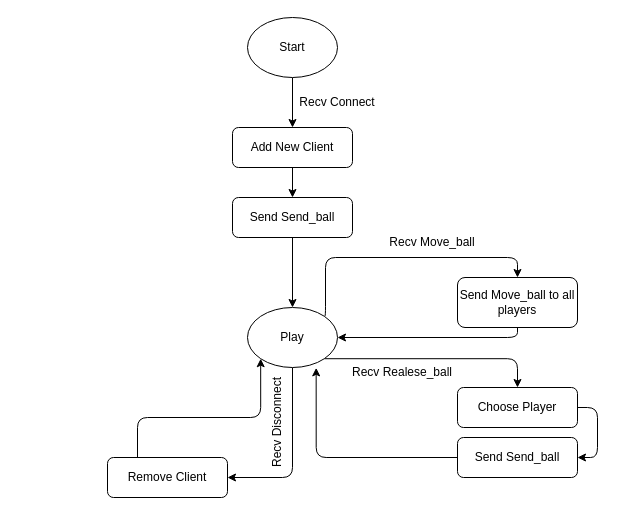
Before: server-relay-pong.drawio in diogojpa99/PSis_Project, a draw.io diagram. Source tidied: cells renumbered, new cells numbered last; positions are measured from the earlier drawing's top-left corner, leaving out a move shared by most shapes. Both pictures are drawn from the tidied source at 100%, with x=0, y=0 at pixel (107, 17).
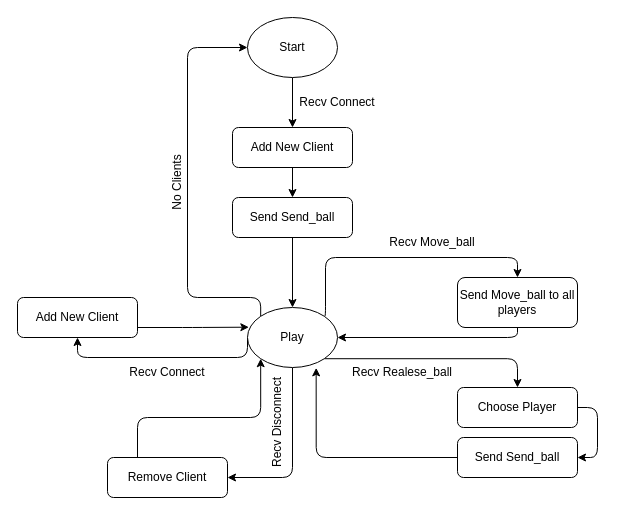
After the change.

The change refers to these unchanged cells:
```xml
<mxCell id="5" value="Start" style="ellipse;whiteSpace=wrap;html=1;" parent="1" vertex="1">
  <mxGeometry x="140" width="90" height="60" as="geometry" />
</mxCell>
<mxCell id="12" value="Play" style="ellipse;whiteSpace=wrap;html=1;" parent="1" vertex="1">
  <mxGeometry x="140" y="290" width="90" height="60" as="geometry" />
</mxCell>
```

The edit, as a diff of the source:
```diff
@@
+    <mxCell id="24" style="edgeStyle=orthogonalEdgeStyle;rounded=1;jettySize=auto;html=1;exitX=0;exitY=0.5;exitDx=0;exitDy=0;entryX=0.5;entryY=1;entryDx=0;entryDy=0;" parent="1" edge="1" source="12" target="27">
+      <mxGeometry relative="1" as="geometry">
+        <Array as="points">
+          <mxPoint x="140" y="340" />
+          <mxPoint x="-30" y="340" />
+        </Array>
+      </mxGeometry>
+    </mxCell>
+    <mxCell id="25" style="edgeStyle=orthogonalEdgeStyle;rounded=1;jettySize=auto;html=1;exitX=0;exitY=0;exitDx=0;exitDy=0;entryX=0;entryY=0.5;entryDx=0;entryDy=0;" parent="1" edge="1" source="12" target="5">
+      <mxGeometry relative="1" as="geometry">
+        <Array as="points">
+          <mxPoint x="153" y="280" />
+          <mxPoint x="80" y="280" />
+          <mxPoint x="80" y="30" />
+        </Array>
+      </mxGeometry>
+    </mxCell>
@@
+    <mxCell id="26" style="edgeStyle=orthogonalEdgeStyle;rounded=1;jettySize=auto;html=1;exitX=1;exitY=0.75;exitDx=0;exitDy=0;entryX=0.015;entryY=0.328;entryDx=0;entryDy=0;entryPerimeter=0;" parent="1" edge="1" source="27" target="12">
+      <mxGeometry relative="1" as="geometry" />
+    </mxCell>
+    <mxCell id="27" value="Add New Client" style="rounded=1;whiteSpace=wrap;html=1;fontSize=12;glass=0;strokeWidth=1;shadow=0;" parent="1" vertex="1">
+      <mxGeometry x="-90" y="280" width="120" height="40" as="geometry" />
+    </mxCell>
+    <mxCell id="28" value="Recv Connect" style="text;html=1;strokeColor=none;fillColor=none;align=center;verticalAlign=middle;whiteSpace=wrap;rounded=0;" parent="1" vertex="1">
+      <mxGeometry x="15" y="340" width="90" height="30" as="geometry" />
+    </mxCell>
+    <mxCell id="29" value="No Clients" style="text;html=1;strokeColor=none;fillColor=none;align=center;verticalAlign=middle;whiteSpace=wrap;rounded=0;rotation=-90;" parent="1" vertex="1">
+      <mxGeometry x="40" y="150" width="60" height="30" as="geometry" />
+    </mxCell>
```
